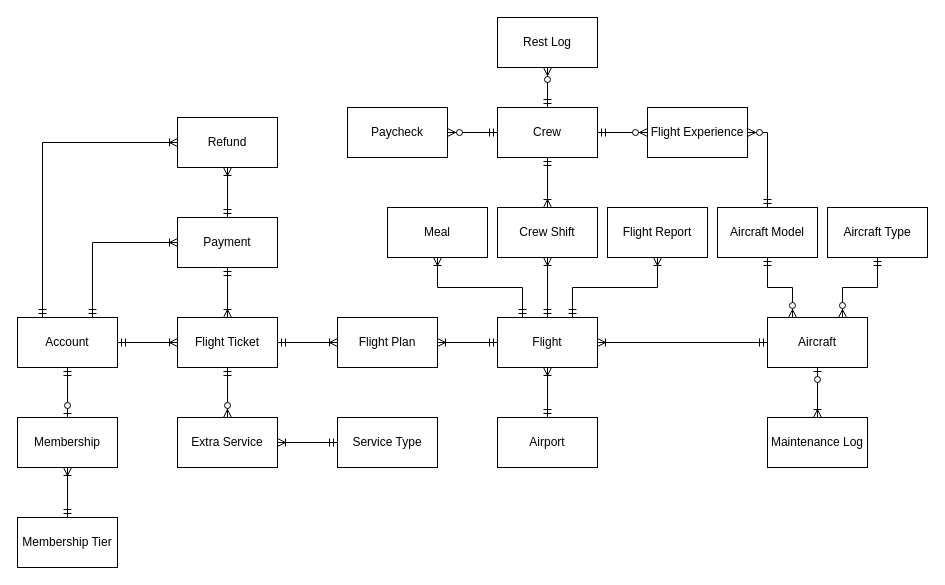
Before: erd.drawio in Poleric/database-design-assignment, a draw.io diagram. Source tidied: cells renumbered, new cells numbered last; positions are measured from the earlier drawing's top-left corner, leaving out a move shared by most shapes. Both pictures are drawn from the tidied source at 100%, with x=0, y=0 at pixel (17, 17).
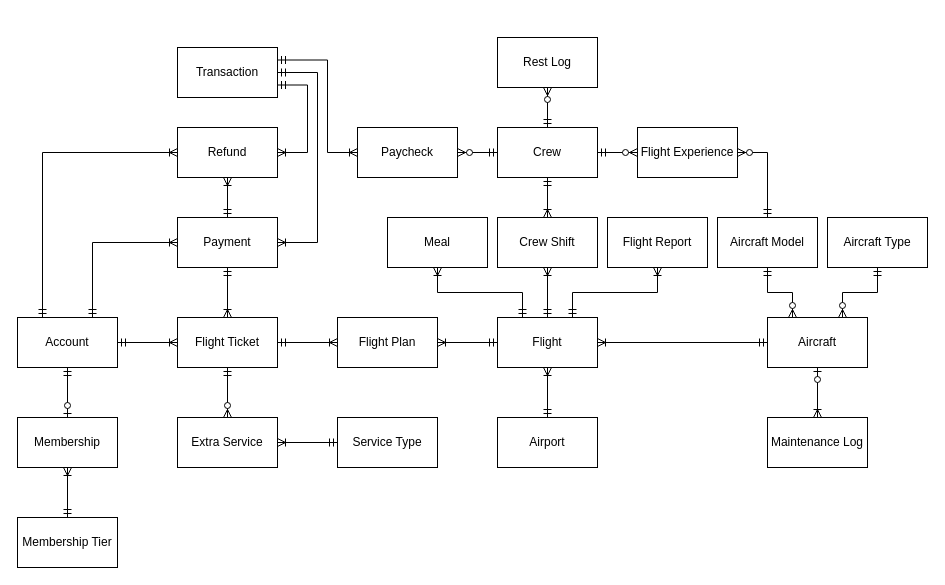
After the change.

Commit message:
add root transaction entity

payment, refund, paycheck now refers to a single source of transaction

The change refers to these unchanged cells:
```xml
<mxCell id="17" value="Payment" style="html=1;dashed=0;whiteSpace=wrap;" parent="1" vertex="1">
  <mxGeometry x="160" y="200" width="100" height="50" as="geometry" />
</mxCell>
```

What changed in the source:
```diff
@@
     <mxCell id="4" value="Crew" style="html=1;dashed=0;whiteSpace=wrap;" parent="1" vertex="1">
-      <mxGeometry x="480" y="90" width="100" height="50" as="geometry" />
+      <mxGeometry x="480" y="110" width="100" height="50" as="geometry" />
     </mxCell>
     <mxCell id="5" value="Paycheck" style="html=1;dashed=0;whiteSpace=wrap;" parent="1" vertex="1">
-      <mxGeometry x="330" y="90" width="100" height="50" as="geometry" />
+      <mxGeometry x="340" y="110" width="100" height="50" as="geometry" />
     </mxCell>
@@
     <mxCell id="14" value="Crew Shift" style="html=1;dashed=0;whiteSpace=wrap;" parent="1" vertex="1">
-      <mxGeometry x="480" y="190" width="100" height="50" as="geometry" />
+      <mxGeometry x="480" y="200" width="100" height="50" as="geometry" />
     </mxCell>
@@
     <mxCell id="20" value="Refund" style="html=1;dashed=0;whiteSpace=wrap;" parent="1" vertex="1">
-      <mxGeometry x="160" y="100" width="100" height="50" as="geometry" />
+      <mxGeometry x="160" y="110" width="100" height="50" as="geometry" />
     </mxCell>
@@
     <mxCell id="27" value="Aircraft Type" style="html=1;dashed=0;whiteSpace=wrap;" parent="1" vertex="1">
-      <mxGeometry x="810" y="190" width="100" height="50" as="geometry" />
+      <mxGeometry x="810" y="200" width="100" height="50" as="geometry" />
     </mxCell>
@@
     <mxCell id="29" value="Meal" style="html=1;dashed=0;whiteSpace=wrap;" parent="1" vertex="1">
-      <mxGeometry x="370" y="190" width="100" height="50" as="geometry" />
+      <mxGeometry x="370" y="200" width="100" height="50" as="geometry" />
     </mxCell>
@@
     <mxCell id="32" value="Rest Log" style="html=1;dashed=0;whiteSpace=wrap;" parent="1" vertex="1">
-      <mxGeometry x="480" width="100" height="50" as="geometry" />
+      <mxGeometry x="480" y="20" width="100" height="50" as="geometry" />
     </mxCell>
     <mxCell id="33" value="Flight Report" style="html=1;dashed=0;whiteSpace=wrap;" parent="1" vertex="1">
-      <mxGeometry x="590" y="190" width="100" height="50" as="geometry" />
+      <mxGeometry x="590" y="200" width="100" height="50" as="geometry" />
     </mxCell>
@@
     <mxCell id="36" value="Flight Experience" style="html=1;dashed=0;whiteSpace=wrap;" parent="1" vertex="1">
-      <mxGeometry x="630" y="90" width="100" height="50" as="geometry" />
+      <mxGeometry x="620" y="110" width="100" height="50" as="geometry" />
     </mxCell>
     <mxCell id="37" value="Aircraft Model" style="html=1;dashed=0;whiteSpace=wrap;" parent="1" vertex="1">
-      <mxGeometry x="700" y="190" width="100" height="50" as="geometry" />
+      <mxGeometry x="700" y="200" width="100" height="50" as="geometry" />
     </mxCell>
@@
+    <mxCell id="48" value="Transaction" style="html=1;dashed=0;whiteSpace=wrap;" parent="1" vertex="1">
+      <mxGeometry x="160" y="30" width="100" height="50" as="geometry" />
+    </mxCell>
+    <mxCell id="49" style="edgeStyle=orthogonalEdgeStyle;fontSize=12;html=1;endArrow=ERoneToMany;startArrow=ERmandOne;rounded=0;entryX=1;entryY=0.5;entryDx=0;entryDy=0;exitX=1;exitY=0.5;exitDx=0;exitDy=0;" parent="1" edge="1" source="48" target="17">
+      <mxGeometry relative="1" as="geometry">
+        <Array as="points">
+          <mxPoint x="300" y="55" />
+          <mxPoint x="300" y="225" />
+        </Array>
+      </mxGeometry>
+    </mxCell>
+    <mxCell id="50" style="edgeStyle=orthogonalEdgeStyle;fontSize=12;html=1;endArrow=ERoneToMany;startArrow=ERmandOne;rounded=0;entryX=1;entryY=0.5;entryDx=0;entryDy=0;exitX=1;exitY=0.75;exitDx=0;exitDy=0;" parent="1" edge="1" source="48" target="20">
+      <mxGeometry relative="1" as="geometry">
+        <Array as="points">
+          <mxPoint x="290" y="68" />
+          <mxPoint x="290" y="135" />
+        </Array>
+      </mxGeometry>
+    </mxCell>
+    <mxCell id="51" style="edgeStyle=orthogonalEdgeStyle;fontSize=12;html=1;endArrow=ERoneToMany;startArrow=ERmandOne;rounded=0;entryX=0;entryY=0.5;entryDx=0;entryDy=0;exitX=1;exitY=0.25;exitDx=0;exitDy=0;" parent="1" edge="1" source="48" target="5">
+      <mxGeometry relative="1" as="geometry">
+        <Array as="points">
+          <mxPoint x="310" y="43" />
+          <mxPoint x="310" y="135" />
+        </Array>
+      </mxGeometry>
+    </mxCell>
```
